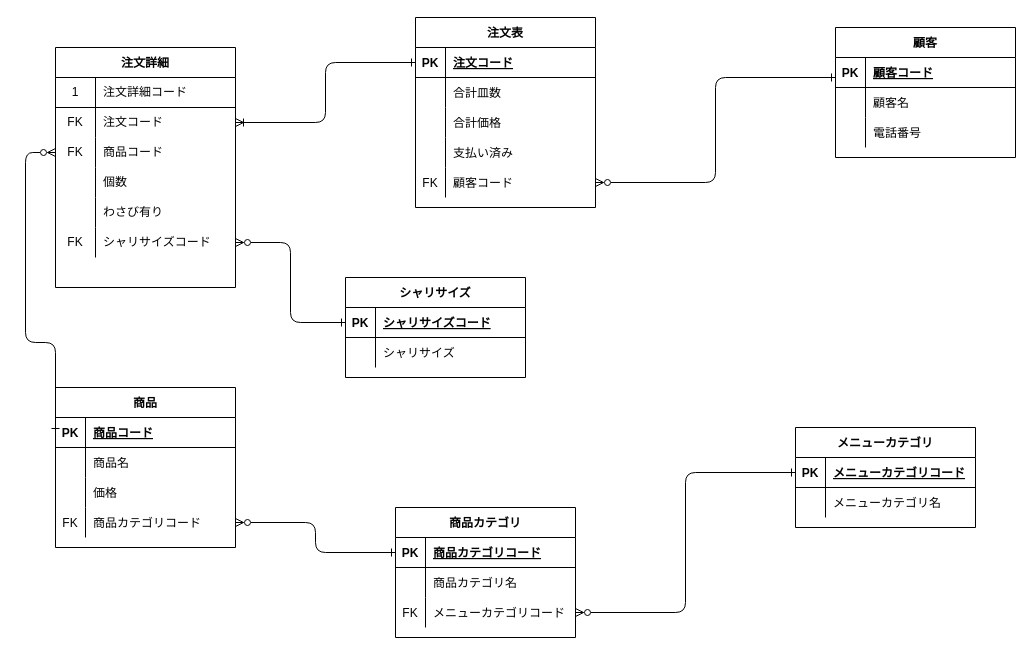
Above: データベース設計/DBモデリング１/課題2/課題2_シャリサイズ追加.drawio in Yuji5117/praha_challenge (draw.io), before the change. Source tidied: cells renumbered, new cells numbered last; positions are measured from the earlier drawing's top-left corner, leaving out a move shared by most shapes. Both pictures are drawn from the tidied source at 100%, with x=0, y=0 at pixel (25, 17).
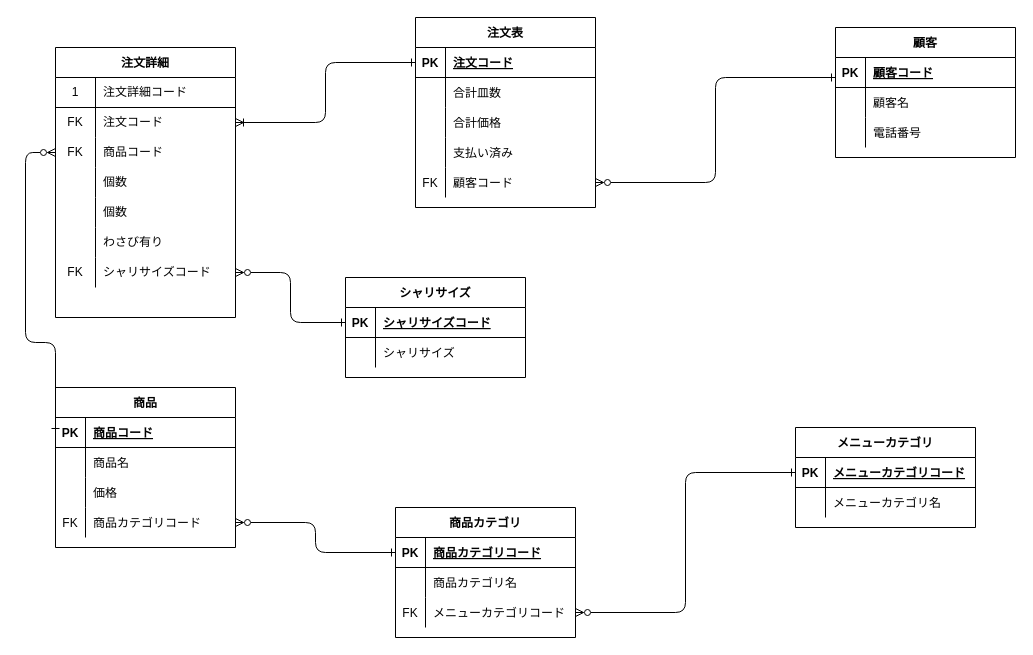
The same page after the edit.

Change to the diagram source:
```diff
@@
     <mxCell id="61" value="注文詳細" style="shape=table;startSize=30;childLayout=tableLayout;rowLines=0;fontStyle=1;align=center;" parent="1" vertex="1">
-      <mxGeometry x="30" y="30" width="180" height="240" as="geometry" />
+      <mxGeometry x="30" y="30" width="180" height="270" as="geometry" />
     </mxCell>
@@
+    <mxCell id="90" style="shape=partialRectangle;html=1;whiteSpace=wrap;fillColor=none;top=0;left=0;bottom=0;right=0;" parent="61" vertex="1">
+      <mxGeometry y="150" width="180" height="30" as="geometry" />
+    </mxCell>
+    <mxCell id="91" style="shape=partialRectangle;html=1;whiteSpace=wrap;fillColor=none;top=0;left=0;bottom=0;right=0;overflow=hidden;" parent="90" vertex="1">
+      <mxGeometry width="40" height="30" as="geometry" />
+    </mxCell>
+    <mxCell id="92" value="&lt;span&gt;個数&lt;/span&gt;" style="shape=partialRectangle;html=1;whiteSpace=wrap;fillColor=none;top=0;left=0;bottom=0;right=0;align=left;spacingLeft=6;overflow=hidden;" parent="90" vertex="1">
+      <mxGeometry x="40" width="140" height="30" as="geometry" />
+    </mxCell>
     <mxCell id="74" style="shape=partialRectangle;html=1;whiteSpace=wrap;fillColor=none;top=0;left=0;bottom=0;right=0;" parent="61" vertex="1">
-      <mxGeometry y="150" width="180" height="30" as="geometry" />
+      <mxGeometry y="180" width="180" height="30" as="geometry" />
     </mxCell>
@@
     <mxCell id="77" style="shape=partialRectangle;html=1;whiteSpace=wrap;fillColor=none;top=0;left=0;bottom=0;right=0;points=[[0,0.5],[1,0.5]];portConstraint=eastwest;" parent="61" vertex="1">
-      <mxGeometry y="180" width="180" height="30" as="geometry" />
+      <mxGeometry y="210" width="180" height="30" as="geometry" />
     </mxCell>
```
